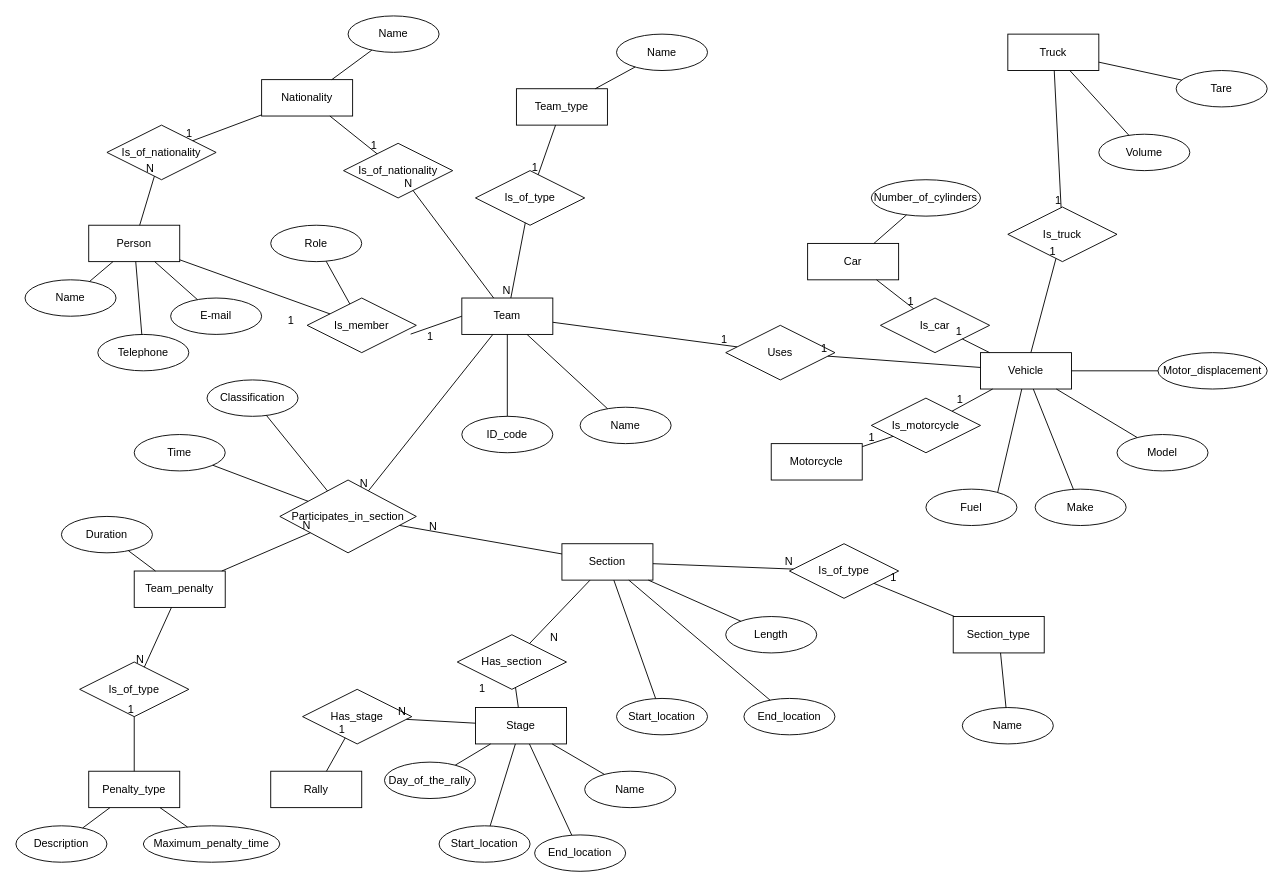
Before: M1_ER_diagram.drawio in DanyKrk/ISEP_BDDAD_M1, a draw.io diagram. Source tidied: cells renumbered, new cells numbered last; positions are measured from the earlier drawing's top-left corner, leaving out a move shared by most shapes. Both pictures are drawn from the tidied source at 91%, with x=0, y=0 at pixel (15, 15).
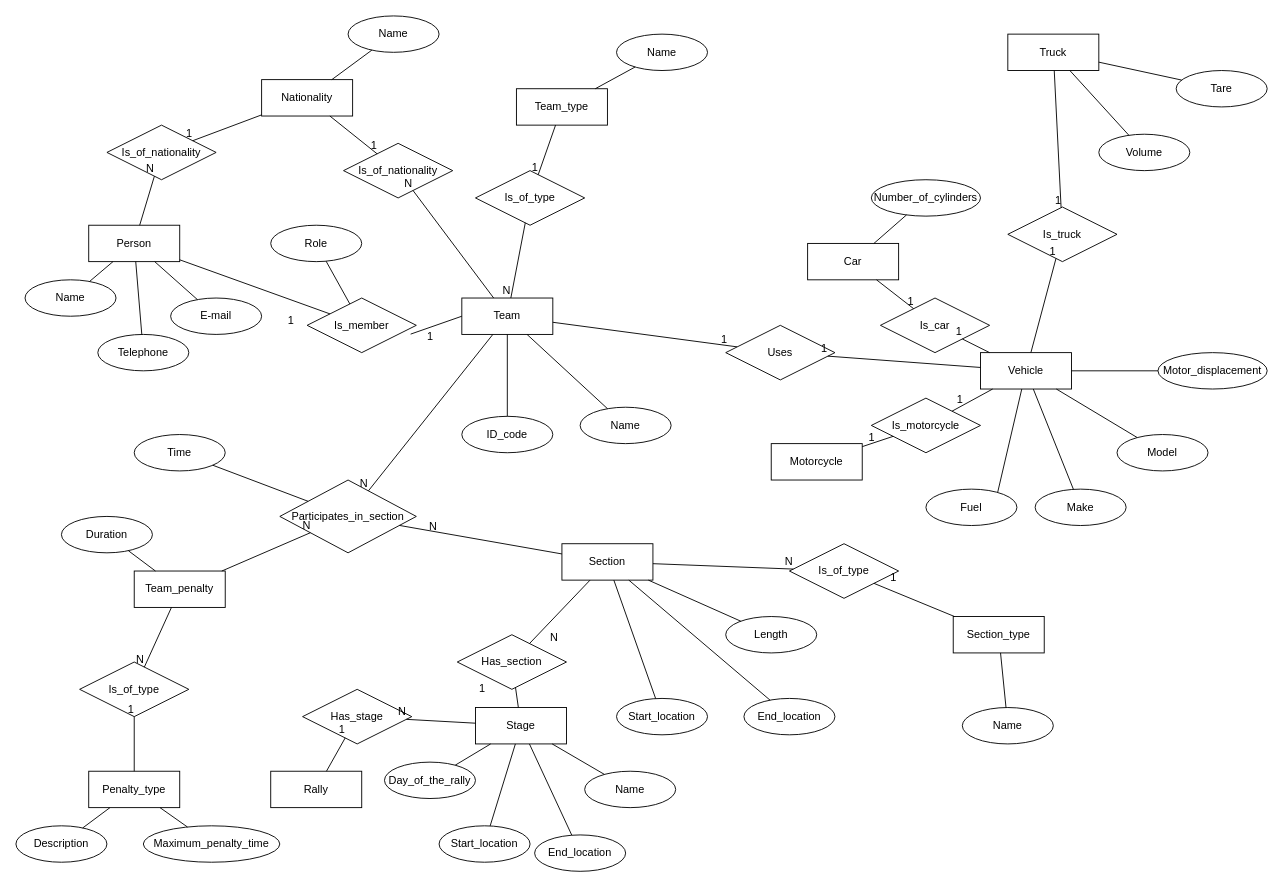
The same diagram, later.

Commit message:
Remove classification from the Participates_in_section relationship

The change refers to these unchanged cells:
```xml
<mxCell id="85" value="Participates_in_section" style="shape=rhombus;perimeter=rhombusPerimeter;whiteSpace=wrap;html=1;align=center;" parent="1" vertex="1">
  <mxGeometry x="290" y="510" width="150" height="80" as="geometry" />
</mxCell>
```

What changed in the source:
```diff
@@
-    <mxCell id="88" value="Classification" style="ellipse;whiteSpace=wrap;html=1;align=center;" parent="1" vertex="1">
-      <mxGeometry x="210" y="400" width="100" height="40" as="geometry" />
-    </mxCell>
-    <mxCell id="89" style="endArrow=none;html=1;rounded=0;" parent="1" edge="1" source="88" target="85">
-      <mxGeometry relative="1" as="geometry" />
-    </mxCell>
```
